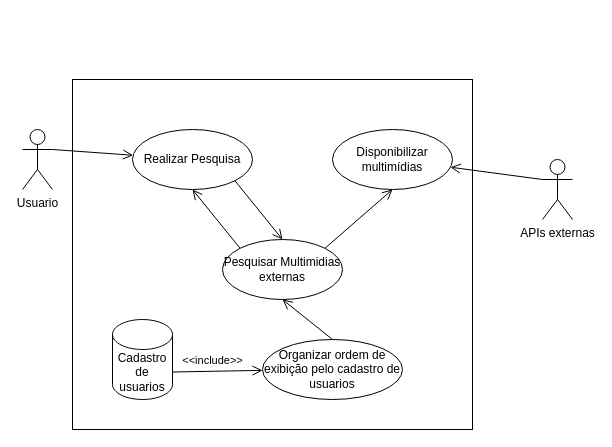
MatheusSantosDev/diagramas-UML keeps this draw.io diagram as page "Caso-De-Uso" (3 of 3) of ADO_3_Arq.drawio. Above is the earlier version. Source tidied: cells renumbered, new cells numbered last; positions are measured from the earlier drawing's top-left corner, leaving out a move shared by most shapes. Both pictures are drawn from the tidied source at 100%, with x=0, y=0 at pixel (22, 79).
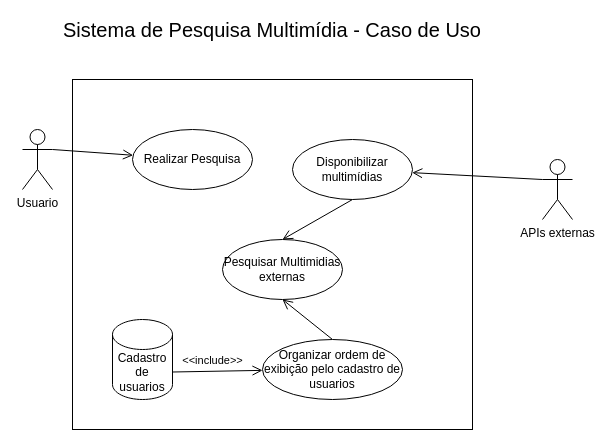
The same page after the edit.

What changed in the source:
```diff
@@
 <mxGraphModel>
   <root>
     <mxCell id="0" />
     <mxCell id="1" parent="0" />
     <mxCell id="2" style="rounded=0;whiteSpace=wrap;html=1;" parent="1" vertex="1">
       <mxGeometry x="50" width="400" height="350" as="geometry" />
     </mxCell>
     <mxCell id="3" style="rounded=1;jettySize=auto;html=1;exitX=1;exitY=0.3333333333333333;exitDx=0;exitDy=0;exitPerimeter=0;endArrow=open;endFill=0;endSize=8;" parent="1" edge="1" source="4" target="6">
       <mxGeometry relative="1" as="geometry" />
     </mxCell>
     <mxCell id="4" value="Usuario" style="shape=umlActor;verticalLabelPosition=bottom;verticalAlign=top;html=1;outlineConnect=0;" parent="1" vertex="1">
       <mxGeometry y="50" width="30" height="60" as="geometry" />
     </mxCell>
-    <mxCell id="5" style="edgeStyle=none;rounded=1;jettySize=auto;html=1;exitX=1;exitY=1;exitDx=0;exitDy=0;endArrow=open;endFill=0;endSize=8;strokeColor=#000000;entryX=0.5;entryY=0;entryDx=0;entryDy=0;" parent="1" edge="1" source="6" target="12">
-      <mxGeometry relative="1" as="geometry" />
-    </mxCell>
     <mxCell id="6" value="Realizar Pesquisa" style="ellipse;whiteSpace=wrap;html=1;" parent="1" vertex="1">
       <mxGeometry x="110" y="50" width="120" height="60" as="geometry" />
     </mxCell>
     <mxCell id="7" style="edgeStyle=none;rounded=1;jettySize=auto;html=1;exitX=0;exitY=0.3333333333333333;exitDx=0;exitDy=0;exitPerimeter=0;endArrow=open;endFill=0;endSize=8;strokeColor=#000000;" parent="1" edge="1" source="8" target="9">
       <mxGeometry relative="1" as="geometry" />
     </mxCell>
     <mxCell id="8" value="APIs externas" style="shape=umlActor;verticalLabelPosition=bottom;verticalAlign=top;html=1;outlineConnect=0;" parent="1" vertex="1">
       <mxGeometry x="520" y="80" width="30" height="60" as="geometry" />
     </mxCell>
+    <mxCell id="18" style="edgeStyle=none;rounded=1;jettySize=auto;html=1;exitX=0.5;exitY=1;exitDx=0;exitDy=0;entryX=0.5;entryY=0;entryDx=0;entryDy=0;fontSize=20;endArrow=open;endFill=0;endSize=8;strokeColor=#000000;" parent="1" edge="1" source="9" target="12">
+      <mxGeometry relative="1" as="geometry" />
+    </mxCell>
     <mxCell id="9" value="Disponibilizar&lt;br&gt;multimídias" style="ellipse;whiteSpace=wrap;html=1;" parent="1" vertex="1">
-      <mxGeometry x="310" y="50" width="120" height="60" as="geometry" />
+      <mxGeometry x="270" y="60" width="120" height="60" as="geometry" />
     </mxCell>
-    <mxCell id="10" style="edgeStyle=none;rounded=1;jettySize=auto;html=1;exitX=1;exitY=0;exitDx=0;exitDy=0;entryX=0.5;entryY=1;entryDx=0;entryDy=0;endArrow=open;endFill=0;endSize=8;strokeColor=#000000;" parent="1" edge="1" source="12" target="9">
-      <mxGeometry relative="1" as="geometry" />
-    </mxCell>
-    <mxCell id="11" style="edgeStyle=none;rounded=1;jettySize=auto;html=1;exitX=0;exitY=0;exitDx=0;exitDy=0;entryX=0.5;entryY=1;entryDx=0;entryDy=0;endArrow=open;endFill=0;endSize=8;strokeColor=#000000;" parent="1" edge="1" source="12" target="6">
-      <mxGeometry relative="1" as="geometry" />
-    </mxCell>
     <mxCell id="12" value="Pesquisar Multimidias externas" style="ellipse;whiteSpace=wrap;html=1;" parent="1" vertex="1">
       <mxGeometry x="200" y="160" width="120" height="60" as="geometry" />
     </mxCell>
     <mxCell id="13" style="edgeStyle=none;rounded=1;jettySize=auto;html=1;exitX=1;exitY=0;exitDx=0;exitDy=52.5;exitPerimeter=0;endArrow=open;endFill=0;endSize=8;strokeColor=#000000;" parent="1" edge="1" source="15" target="17">
       <mxGeometry relative="1" as="geometry" />
     </mxCell>
     <mxCell id="14" value="&amp;lt;&amp;lt;include&amp;gt;&amp;gt;" style="edgeLabel;html=1;align=center;verticalAlign=middle;" parent="13" vertex="1">
       <mxGeometry x="0.29" relative="1" as="geometry">
         <mxPoint x="-18" y="-11" as="offset" />
       </mxGeometry>
     </mxCell>
     <mxCell id="15" value="Cadastro de usuarios" style="shape=cylinder3;whiteSpace=wrap;html=1;boundedLbl=1;backgroundOutline=1;size=15;" parent="1" vertex="1">
       <mxGeometry x="90" y="240" width="60" height="80" as="geometry" />
     </mxCell>
     <mxCell id="16" style="edgeStyle=none;rounded=1;jettySize=auto;html=1;exitX=0.5;exitY=0;exitDx=0;exitDy=0;entryX=0.5;entryY=1;entryDx=0;entryDy=0;endArrow=open;endFill=0;endSize=8;strokeColor=#000000;" parent="1" edge="1" source="17" target="12">
       <mxGeometry relative="1" as="geometry" />
     </mxCell>
     <mxCell id="17" value="Organizar ordem de exibição pelo cadastro de usuarios" style="ellipse;whiteSpace=wrap;html=1;" parent="1" vertex="1">
       <mxGeometry x="240" y="260" width="140" height="60" as="geometry" />
     </mxCell>
+    <mxCell id="19" value="Sistema de Pesquisa Multimídia - Caso de Uso" style="text;html=1;strokeColor=none;fillColor=none;align=center;verticalAlign=middle;whiteSpace=wrap;rounded=0;fontSize=20;" parent="1" vertex="1">
+      <mxGeometry x="25" y="-60" width="450" height="20" as="geometry" />
+    </mxCell>
   </root>
 </mxGraphModel>
```
